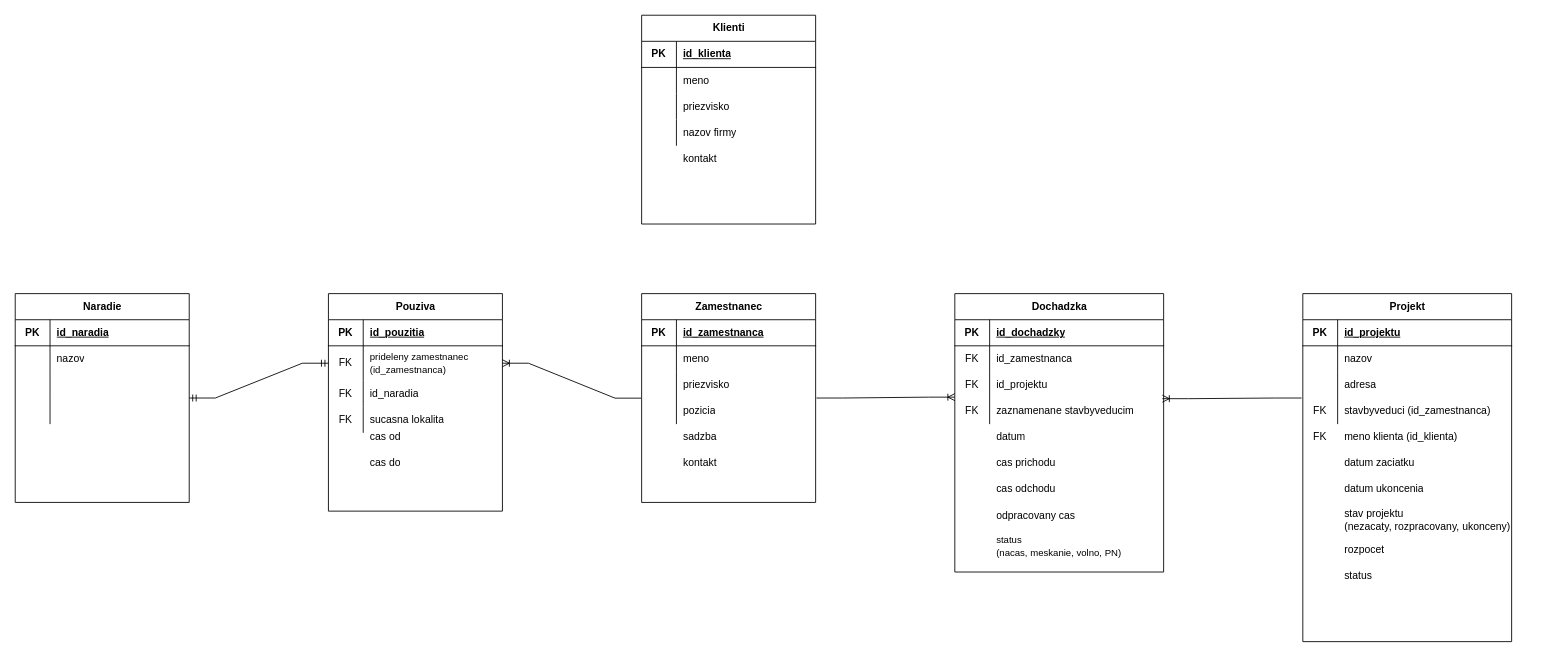
Before: Untitled Diagram.drawio in Arnicek/Amcef-testovacie-zadanie, a draw.io diagram. Source tidied: cells renumbered, new cells numbered last; positions are measured from the earlier drawing's top-left corner, leaving out a move shared by most shapes. Both pictures are drawn from the tidied source at 87%, with x=0, y=0 at pixel (15, 15).
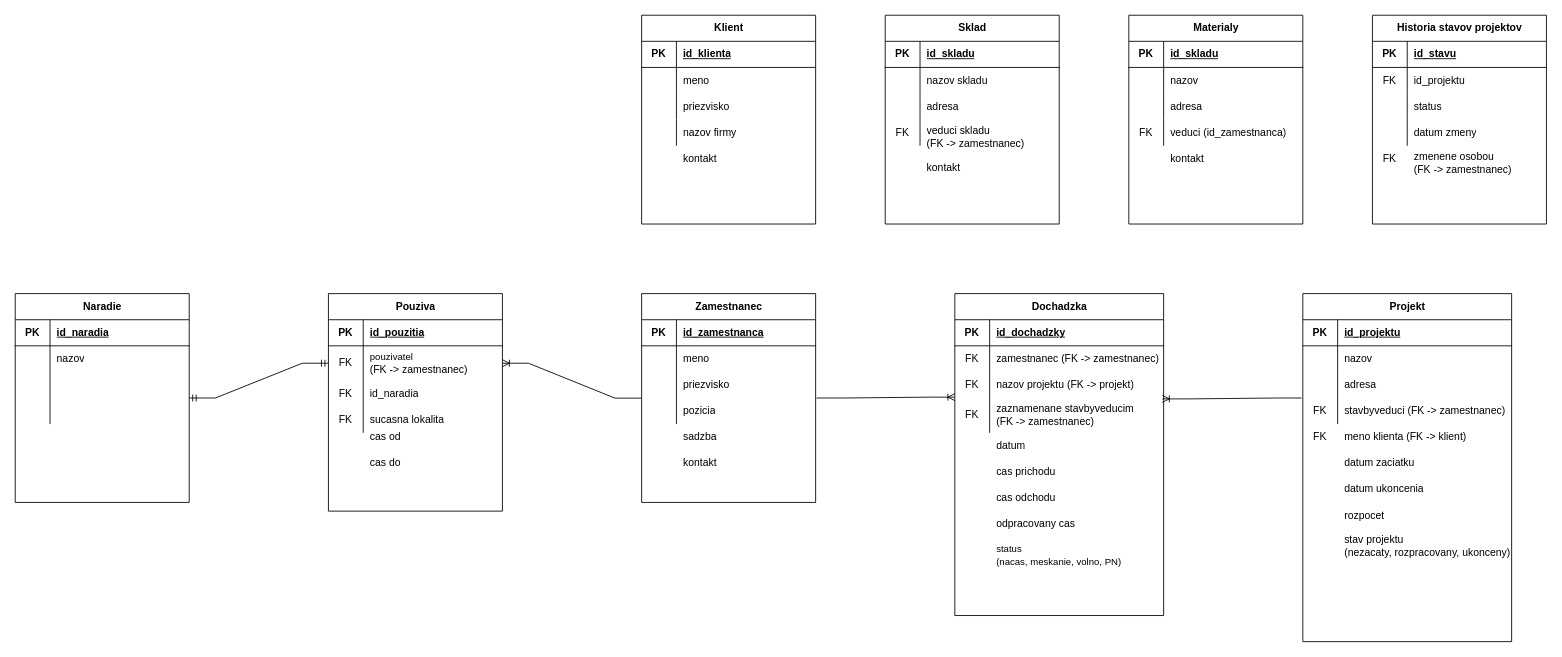
Above is the later version.

The change refers to these unchanged cells:
```xml
<mxCell id="21" style="shape=tableRow;horizontal=0;startSize=0;swimlaneHead=0;swimlaneBody=0;fillColor=none;top=0;left=0;right=0;bottom=0;" parent="17" vertex="1">
  <mxGeometry y="60" width="240" height="30" as="geometry" />
</mxCell>
<mxCell id="24" style="shape=tableRow;horizontal=0;startSize=0;swimlaneHead=0;swimlaneBody=0;fillColor=none;top=0;left=0;right=0;bottom=0;" parent="17" vertex="1">
  <mxGeometry y="90" width="240" height="30" as="geometry" />
</mxCell>
<mxCell id="44" style="shape=tableRow;horizontal=0;startSize=0;swimlaneHead=0;swimlaneBody=0;fillColor=none;points=[[0,0.5],[1,0.5]];portConstraint=eastwest;top=0;left=0;right=0;bottom=0;" parent="34" vertex="1">
  <mxGeometry y="120" width="240" height="30" as="geometry" />
</mxCell>
<mxCell id="58" style="shape=tableRow;horizontal=0;startSize=0;swimlaneHead=0;swimlaneBody=0;fillColor=none;points=[[0,0.5],[1,0.5]];portConstraint=eastwest;top=0;left=0;right=0;bottom=0;" parent="54" vertex="1">
  <mxGeometry y="60" width="200" height="40" as="geometry" />
</mxCell>
```

Change to the diagram source:
```diff
@@
     <mxCell id="17" value="Dochadzka" style="shape=table;startSize=30;childLayout=tableLayout;rowLines=0;fontStyle=1;align=center;html=1;" parent="1" vertex="1">
-      <mxGeometry x="1080" y="320" width="240" height="320" as="geometry" />
+      <mxGeometry x="1080" y="320" width="240" height="370" as="geometry" />
     </mxCell>
@@
-    <mxCell id="23" value="id_zamestnanca" style="shape=partialRectangle;fillColor=none;top=0;left=0;bottom=0;right=0;align=left;spacingLeft=6;overflow=hidden;whiteSpace=wrap;html=1;" parent="21" vertex="1">
+    <mxCell id="23" value="zamestnanec (FK -&amp;gt; zamestnanec)" style="shape=partialRectangle;fillColor=none;top=0;left=0;bottom=0;right=0;align=left;spacingLeft=6;overflow=hidden;whiteSpace=wrap;html=1;" parent="21" vertex="1">
       <mxGeometry x="40" width="200" height="30" as="geometry" />
     </mxCell>
@@
-    <mxCell id="26" value="id_projektu" style="shape=partialRectangle;fillColor=none;top=0;left=0;bottom=0;right=0;align=left;spacingLeft=6;overflow=hidden;whiteSpace=wrap;html=1;" parent="24" vertex="1">
+    <mxCell id="26" value="nazov projektu (FK -&amp;gt; projekt)" style="shape=partialRectangle;fillColor=none;top=0;left=0;bottom=0;right=0;align=left;spacingLeft=6;overflow=hidden;whiteSpace=wrap;html=1;" parent="24" vertex="1">
       <mxGeometry x="40" width="200" height="30" as="geometry" />
     </mxCell>
     <mxCell id="27" style="shape=tableRow;horizontal=0;startSize=0;swimlaneHead=0;swimlaneBody=0;fillColor=none;points=[[0,0.5],[1,0.5]];portConstraint=eastwest;top=0;left=0;right=0;bottom=0;" parent="17" vertex="1">
-      <mxGeometry y="120" width="240" height="30" as="geometry" />
+      <mxGeometry y="120" width="240" height="40" as="geometry" />
     </mxCell>
     <mxCell id="28" value="FK" style="shape=partialRectangle;fillColor=none;top=0;left=0;bottom=0;right=0;overflow=hidden;whiteSpace=wrap;html=1;" parent="27" vertex="1">
-      <mxGeometry width="40" height="30" as="geometry" />
+      <mxGeometry width="40" height="40" as="geometry" />
     </mxCell>
-    <mxCell id="29" value="zaznamenane stavbyveducim" style="shape=partialRectangle;fillColor=none;top=0;left=0;bottom=0;right=0;align=left;spacingLeft=6;overflow=hidden;whiteSpace=wrap;html=1;" parent="27" vertex="1">
-      <mxGeometry x="40" width="200" height="30" as="geometry" />
+    <mxCell id="29" value="zaznamenane stavbyveducim&lt;div&gt;(FK -&amp;gt; zamestnanec)&lt;/div&gt;" style="shape=partialRectangle;fillColor=none;top=0;left=0;bottom=0;right=0;align=left;spacingLeft=6;overflow=hidden;whiteSpace=wrap;html=1;" parent="27" vertex="1">
+      <mxGeometry x="40" width="200" height="40" as="geometry" />
     </mxCell>
     <mxCell id="30" value="cas prichodu" style="shape=partialRectangle;fillColor=none;top=0;left=0;bottom=0;right=0;align=left;spacingLeft=6;overflow=hidden;whiteSpace=wrap;html=1;" parent="1" vertex="1">
-      <mxGeometry x="1120" y="500" width="160" height="30" as="geometry" />
+      <mxGeometry x="1120" y="510" width="200" height="30" as="geometry" />
     </mxCell>
     <mxCell id="31" value="cas odchodu" style="shape=partialRectangle;fillColor=none;top=0;left=0;bottom=0;right=0;align=left;spacingLeft=6;overflow=hidden;whiteSpace=wrap;html=1;" parent="1" vertex="1">
-      <mxGeometry x="1120" y="530" width="160" height="30" as="geometry" />
+      <mxGeometry x="1120" y="540" width="200" height="30" as="geometry" />
     </mxCell>
     <mxCell id="32" value="odpracovany cas" style="shape=partialRectangle;fillColor=none;top=0;left=0;bottom=0;right=0;align=left;spacingLeft=6;overflow=hidden;whiteSpace=wrap;html=1;" parent="1" vertex="1">
-      <mxGeometry x="1120" y="560" width="160" height="30" as="geometry" />
+      <mxGeometry x="1120" y="570" width="200" height="30" as="geometry" />
     </mxCell>
     <mxCell id="33" value="&lt;font style=&quot;font-size: 11px;&quot;&gt;status&lt;/font&gt;&lt;div&gt;&lt;font style=&quot;font-size: 11px;&quot;&gt;(nacas, meskanie, volno, PN)&lt;/font&gt;&lt;/div&gt;" style="shape=partialRectangle;fillColor=none;top=0;left=0;bottom=0;right=0;align=left;spacingLeft=6;overflow=hidden;whiteSpace=wrap;html=1;" parent="1" vertex="1">
-      <mxGeometry x="1120" y="590" width="160" height="40" as="geometry" />
+      <mxGeometry x="1120" y="600" width="200" height="40" as="geometry" />
     </mxCell>
@@
-    <mxCell id="46" value="stavbyveduci (id_zamestnanca)" style="shape=partialRectangle;fillColor=none;top=0;left=0;bottom=0;right=0;align=left;spacingLeft=6;overflow=hidden;whiteSpace=wrap;html=1;" parent="44" vertex="1">
+    <mxCell id="46" value="stavbyveduci (FK -&amp;gt; zamestnanec)" style="shape=partialRectangle;fillColor=none;top=0;left=0;bottom=0;right=0;align=left;spacingLeft=6;overflow=hidden;whiteSpace=wrap;html=1;" parent="44" vertex="1">
       <mxGeometry x="40" width="200" height="30" as="geometry" />
     </mxCell>
@@
     <mxCell id="49" value="stav projektu&lt;div&gt;(nezacaty, rozpracovany, ukonceny)&lt;/div&gt;" style="shape=partialRectangle;fillColor=none;top=0;left=0;bottom=0;right=0;align=left;spacingLeft=6;overflow=hidden;whiteSpace=wrap;html=1;" parent="1" vertex="1">
-      <mxGeometry x="1520" y="560" width="200" height="40" as="geometry" />
+      <mxGeometry x="1520" y="590" width="200" height="40" as="geometry" />
     </mxCell>
@@
     <mxCell id="52" value="rozpocet" style="shape=partialRectangle;fillColor=none;top=0;left=0;bottom=0;right=0;align=left;spacingLeft=6;overflow=hidden;whiteSpace=wrap;html=1;" parent="1" vertex="1">
-      <mxGeometry x="1520" y="600" width="200" height="30" as="geometry" />
+      <mxGeometry x="1520" y="560" width="200" height="30" as="geometry" />
     </mxCell>
     <mxCell id="53" value="datum" style="shape=partialRectangle;fillColor=none;top=0;left=0;bottom=0;right=0;align=left;spacingLeft=6;overflow=hidden;whiteSpace=wrap;html=1;" parent="1" vertex="1">
-      <mxGeometry x="1120" y="470" width="160" height="30" as="geometry" />
+      <mxGeometry x="1120" y="480" width="200" height="30" as="geometry" />
     </mxCell>
@@
-    <mxCell id="60" value="&lt;font style=&quot;font-size: 11px;&quot;&gt;&lt;font style=&quot;&quot;&gt;prideleny zamestnanec (id_zamestnanc&lt;/font&gt;&lt;font style=&quot;&quot;&gt;a)&lt;/font&gt;&lt;/font&gt;" style="shape=partialRectangle;fillColor=none;top=0;left=0;bottom=0;right=0;align=left;spacingLeft=6;overflow=hidden;whiteSpace=wrap;html=1;" parent="58" vertex="1">
+    <mxCell id="60" value="&lt;span style=&quot;font-size: 11px;&quot;&gt;pouzivatel&amp;nbsp;&lt;br&gt;&lt;/span&gt;(FK -&amp;gt; zamestnanec)" style="shape=partialRectangle;fillColor=none;top=0;left=0;bottom=0;right=0;align=left;spacingLeft=6;overflow=hidden;whiteSpace=wrap;html=1;" parent="58" vertex="1">
       <mxGeometry x="40" width="160" height="40" as="geometry" />
     </mxCell>
@@
-    <mxCell id="84" value="meno klienta (id_klienta)" style="shape=partialRectangle;fillColor=none;top=0;left=0;bottom=0;right=0;align=left;spacingLeft=6;overflow=hidden;whiteSpace=wrap;html=1;" parent="1" vertex="1">
+    <mxCell id="84" value="meno klienta (FK -&amp;gt; klient)" style="shape=partialRectangle;fillColor=none;top=0;left=0;bottom=0;right=0;align=left;spacingLeft=6;overflow=hidden;whiteSpace=wrap;html=1;" parent="1" vertex="1">
       <mxGeometry x="1520" y="470" width="200" height="30" as="geometry" />
     </mxCell>
-    <mxCell id="85" value="Klienti" style="shape=table;startSize=30;childLayout=tableLayout;rowLines=0;fontStyle=1;align=center;html=1;" parent="1" vertex="1">
+    <mxCell id="85" value="Klient" style="shape=table;startSize=30;childLayout=tableLayout;rowLines=0;fontStyle=1;align=center;html=1;" parent="1" vertex="1">
       <mxGeometry x="720" width="200" height="240" as="geometry" />
     </mxCell>
@@
+    <mxCell id="101" value="Sklad" style="shape=table;startSize=30;childLayout=tableLayout;rowLines=0;fontStyle=1;align=center;html=1;" parent="1" vertex="1">
+      <mxGeometry x="1000" width="200" height="240" as="geometry" />
+    </mxCell>
+    <mxCell id="102" style="shape=tableRow;horizontal=0;startSize=0;swimlaneHead=0;swimlaneBody=0;fillColor=none;top=0;left=0;right=0;bottom=1;" parent="101" vertex="1">
+      <mxGeometry y="30" width="200" height="30" as="geometry" />
+    </mxCell>
+    <mxCell id="103" value="PK" style="shape=partialRectangle;fillColor=none;top=0;left=0;bottom=0;right=0;fontStyle=1;overflow=hidden;whiteSpace=wrap;html=1;" parent="102" vertex="1">
+      <mxGeometry width="40" height="30" as="geometry" />
+    </mxCell>
+    <mxCell id="104" value="id_skladu" style="shape=partialRectangle;fillColor=none;top=0;left=0;bottom=0;right=0;align=left;spacingLeft=6;fontStyle=5;overflow=hidden;whiteSpace=wrap;html=1;" parent="102" vertex="1">
+      <mxGeometry x="40" width="160" height="30" as="geometry" />
+    </mxCell>
+    <mxCell id="105" style="shape=tableRow;horizontal=0;startSize=0;swimlaneHead=0;swimlaneBody=0;fillColor=none;top=0;left=0;right=0;bottom=0;" parent="101" vertex="1">
+      <mxGeometry y="60" width="200" height="30" as="geometry" />
+    </mxCell>
+    <mxCell id="106" style="shape=partialRectangle;fillColor=none;top=0;left=0;bottom=0;right=0;overflow=hidden;whiteSpace=wrap;html=1;" parent="105" vertex="1">
+      <mxGeometry width="40" height="30" as="geometry" />
+    </mxCell>
+    <mxCell id="107" value="nazov skladu" style="shape=partialRectangle;fillColor=none;top=0;left=0;bottom=0;right=0;align=left;spacingLeft=6;overflow=hidden;whiteSpace=wrap;html=1;" parent="105" vertex="1">
+      <mxGeometry x="40" width="160" height="30" as="geometry" />
+    </mxCell>
+    <mxCell id="108" style="shape=tableRow;horizontal=0;startSize=0;swimlaneHead=0;swimlaneBody=0;fillColor=none;top=0;left=0;right=0;bottom=0;" parent="101" vertex="1">
+      <mxGeometry y="90" width="200" height="30" as="geometry" />
+    </mxCell>
+    <mxCell id="109" style="shape=partialRectangle;fillColor=none;top=0;left=0;bottom=0;right=0;overflow=hidden;whiteSpace=wrap;html=1;" parent="108" vertex="1">
+      <mxGeometry width="40" height="30" as="geometry" />
+    </mxCell>
+    <mxCell id="110" value="adresa" style="shape=partialRectangle;fillColor=none;top=0;left=0;bottom=0;right=0;align=left;spacingLeft=6;overflow=hidden;whiteSpace=wrap;html=1;" parent="108" vertex="1">
+      <mxGeometry x="40" width="160" height="30" as="geometry" />
+    </mxCell>
+    <mxCell id="111" style="shape=tableRow;horizontal=0;startSize=0;swimlaneHead=0;swimlaneBody=0;fillColor=none;top=0;left=0;right=0;bottom=0;" parent="101" vertex="1">
+      <mxGeometry y="120" width="200" height="30" as="geometry" />
+    </mxCell>
+    <mxCell id="112" style="shape=partialRectangle;fillColor=none;top=0;left=0;bottom=0;right=0;overflow=hidden;whiteSpace=wrap;html=1;" parent="111" vertex="1">
+      <mxGeometry width="40" height="30" as="geometry" />
+    </mxCell>
+    <mxCell id="113" style="shape=partialRectangle;fillColor=none;top=0;left=0;bottom=0;right=0;align=left;spacingLeft=6;overflow=hidden;whiteSpace=wrap;html=1;" parent="111" vertex="1">
+      <mxGeometry x="40" width="160" height="30" as="geometry" />
+    </mxCell>
+    <mxCell id="114" value="kontakt" style="shape=partialRectangle;fillColor=none;top=0;left=0;bottom=0;right=0;align=left;spacingLeft=6;overflow=hidden;whiteSpace=wrap;html=1;" parent="1" vertex="1">
+      <mxGeometry x="1040" y="160" width="160" height="30" as="geometry" />
+    </mxCell>
+    <mxCell id="115" value="FK" style="shape=partialRectangle;fillColor=none;top=0;left=0;bottom=0;right=0;overflow=hidden;whiteSpace=wrap;html=1;" parent="1" vertex="1">
+      <mxGeometry x="1000" y="120" width="40" height="30" as="geometry" />
+    </mxCell>
+    <mxCell id="116" value="veduci skladu&lt;br&gt;(FK -&amp;gt; zamestnanec)" style="shape=partialRectangle;fillColor=none;top=0;left=0;bottom=0;right=0;align=left;spacingLeft=6;overflow=hidden;whiteSpace=wrap;html=1;" parent="1" vertex="1">
+      <mxGeometry x="1040" y="120" width="160" height="40" as="geometry" />
+    </mxCell>
+    <mxCell id="117" value="Materialy" style="shape=table;startSize=30;childLayout=tableLayout;rowLines=0;fontStyle=1;align=center;html=1;" parent="1" vertex="1">
+      <mxGeometry x="1280" width="200" height="240" as="geometry" />
+    </mxCell>
+    <mxCell id="118" style="shape=tableRow;horizontal=0;startSize=0;swimlaneHead=0;swimlaneBody=0;fillColor=none;top=0;left=0;right=0;bottom=1;" parent="117" vertex="1">
+      <mxGeometry y="30" width="200" height="30" as="geometry" />
+    </mxCell>
+    <mxCell id="119" value="PK" style="shape=partialRectangle;fillColor=none;top=0;left=0;bottom=0;right=0;fontStyle=1;overflow=hidden;whiteSpace=wrap;html=1;" parent="118" vertex="1">
+      <mxGeometry width="40" height="30" as="geometry" />
+    </mxCell>
+    <mxCell id="120" value="id_skladu" style="shape=partialRectangle;fillColor=none;top=0;left=0;bottom=0;right=0;align=left;spacingLeft=6;fontStyle=5;overflow=hidden;whiteSpace=wrap;html=1;" parent="118" vertex="1">
+      <mxGeometry x="40" width="160" height="30" as="geometry" />
+    </mxCell>
+    <mxCell id="121" style="shape=tableRow;horizontal=0;startSize=0;swimlaneHead=0;swimlaneBody=0;fillColor=none;top=0;left=0;right=0;bottom=0;" parent="117" vertex="1">
+      <mxGeometry y="60" width="200" height="30" as="geometry" />
+    </mxCell>
+    <mxCell id="122" style="shape=partialRectangle;fillColor=none;top=0;left=0;bottom=0;right=0;overflow=hidden;whiteSpace=wrap;html=1;" parent="121" vertex="1">
+      <mxGeometry width="40" height="30" as="geometry" />
+    </mxCell>
+    <mxCell id="123" value="nazov" style="shape=partialRectangle;fillColor=none;top=0;left=0;bottom=0;right=0;align=left;spacingLeft=6;overflow=hidden;whiteSpace=wrap;html=1;" parent="121" vertex="1">
+      <mxGeometry x="40" width="160" height="30" as="geometry" />
+    </mxCell>
+    <mxCell id="124" style="shape=tableRow;horizontal=0;startSize=0;swimlaneHead=0;swimlaneBody=0;fillColor=none;top=0;left=0;right=0;bottom=0;" parent="117" vertex="1">
+      <mxGeometry y="90" width="200" height="30" as="geometry" />
+    </mxCell>
+    <mxCell id="125" style="shape=partialRectangle;fillColor=none;top=0;left=0;bottom=0;right=0;overflow=hidden;whiteSpace=wrap;html=1;" parent="124" vertex="1">
+      <mxGeometry width="40" height="30" as="geometry" />
+    </mxCell>
+    <mxCell id="126" value="adresa" style="shape=partialRectangle;fillColor=none;top=0;left=0;bottom=0;right=0;align=left;spacingLeft=6;overflow=hidden;whiteSpace=wrap;html=1;" parent="124" vertex="1">
+      <mxGeometry x="40" width="160" height="30" as="geometry" />
+    </mxCell>
+    <mxCell id="127" style="shape=tableRow;horizontal=0;startSize=0;swimlaneHead=0;swimlaneBody=0;fillColor=none;top=0;left=0;right=0;bottom=0;" parent="117" vertex="1">
+      <mxGeometry y="120" width="200" height="30" as="geometry" />
+    </mxCell>
+    <mxCell id="128" style="shape=partialRectangle;fillColor=none;top=0;left=0;bottom=0;right=0;overflow=hidden;whiteSpace=wrap;html=1;" parent="127" vertex="1">
+      <mxGeometry width="40" height="30" as="geometry" />
+    </mxCell>
+    <mxCell id="129" style="shape=partialRectangle;fillColor=none;top=0;left=0;bottom=0;right=0;align=left;spacingLeft=6;overflow=hidden;whiteSpace=wrap;html=1;" parent="127" vertex="1">
+      <mxGeometry x="40" width="160" height="30" as="geometry" />
+    </mxCell>
+    <mxCell id="130" value="kontakt" style="shape=partialRectangle;fillColor=none;top=0;left=0;bottom=0;right=0;align=left;spacingLeft=6;overflow=hidden;whiteSpace=wrap;html=1;" parent="1" vertex="1">
+      <mxGeometry x="1320" y="150" width="160" height="30" as="geometry" />
+    </mxCell>
+    <mxCell id="131" value="FK" style="shape=partialRectangle;fillColor=none;top=0;left=0;bottom=0;right=0;overflow=hidden;whiteSpace=wrap;html=1;" parent="1" vertex="1">
+      <mxGeometry x="1280" y="120" width="40" height="30" as="geometry" />
+    </mxCell>
+    <mxCell id="132" value="veduci (id_zamestnanca)" style="shape=partialRectangle;fillColor=none;top=0;left=0;bottom=0;right=0;align=left;spacingLeft=6;overflow=hidden;whiteSpace=wrap;html=1;" parent="1" vertex="1">
+      <mxGeometry x="1320" y="120" width="160" height="30" as="geometry" />
+    </mxCell>
+    <mxCell id="133" value="Historia stavov projektov" style="shape=table;startSize=30;childLayout=tableLayout;rowLines=0;fontStyle=1;align=center;html=1;" parent="1" vertex="1">
+      <mxGeometry x="1560" width="200" height="240" as="geometry" />
+    </mxCell>
+    <mxCell id="134" style="shape=tableRow;horizontal=0;startSize=0;swimlaneHead=0;swimlaneBody=0;fillColor=none;top=0;left=0;right=0;bottom=1;" parent="133" vertex="1">
+      <mxGeometry y="30" width="200" height="30" as="geometry" />
+    </mxCell>
+    <mxCell id="135" value="PK" style="shape=partialRectangle;fillColor=none;top=0;left=0;bottom=0;right=0;fontStyle=1;overflow=hidden;whiteSpace=wrap;html=1;" parent="134" vertex="1">
+      <mxGeometry width="40" height="30" as="geometry" />
+    </mxCell>
+    <mxCell id="136" value="id_stavu" style="shape=partialRectangle;fillColor=none;top=0;left=0;bottom=0;right=0;align=left;spacingLeft=6;fontStyle=5;overflow=hidden;whiteSpace=wrap;html=1;" parent="134" vertex="1">
+      <mxGeometry x="40" width="160" height="30" as="geometry" />
+    </mxCell>
+    <mxCell id="137" style="shape=tableRow;horizontal=0;startSize=0;swimlaneHead=0;swimlaneBody=0;fillColor=none;top=0;left=0;right=0;bottom=0;" parent="133" vertex="1">
+      <mxGeometry y="60" width="200" height="30" as="geometry" />
+    </mxCell>
+    <mxCell id="138" value="FK" style="shape=partialRectangle;fillColor=none;top=0;left=0;bottom=0;right=0;overflow=hidden;whiteSpace=wrap;html=1;" parent="137" vertex="1">
+      <mxGeometry width="40" height="30" as="geometry" />
+    </mxCell>
+    <mxCell id="139" value="id_projektu" style="shape=partialRectangle;fillColor=none;top=0;left=0;bottom=0;right=0;align=left;spacingLeft=6;overflow=hidden;whiteSpace=wrap;html=1;" parent="137" vertex="1">
+      <mxGeometry x="40" width="160" height="30" as="geometry" />
+    </mxCell>
+    <mxCell id="140" style="shape=tableRow;horizontal=0;startSize=0;swimlaneHead=0;swimlaneBody=0;fillColor=none;top=0;left=0;right=0;bottom=0;" parent="133" vertex="1">
+      <mxGeometry y="90" width="200" height="30" as="geometry" />
+    </mxCell>
+    <mxCell id="141" style="shape=partialRectangle;fillColor=none;top=0;left=0;bottom=0;right=0;overflow=hidden;whiteSpace=wrap;html=1;" parent="140" vertex="1">
+      <mxGeometry width="40" height="30" as="geometry" />
+    </mxCell>
-    <mxCell id="100" value="status" style="shape=partialRectangle;fillColor=none;top=0;left=0;bottom=0;right=0;align=left;spacingLeft=6;overflow=hidden;whiteSpace=wrap;html=1;" parent="1" vertex="1">
-      <mxGeometry x="1520" y="630" width="200" height="30" as="geometry" />
+    <mxCell id="100" value="status" style="shape=partialRectangle;fillColor=none;top=0;left=0;bottom=0;right=0;align=left;spacingLeft=6;overflow=hidden;whiteSpace=wrap;html=1;" parent="140" vertex="1">
+      <mxGeometry x="40" width="160" height="30" as="geometry" />
     </mxCell>
+    <mxCell id="142" style="shape=tableRow;horizontal=0;startSize=0;swimlaneHead=0;swimlaneBody=0;fillColor=none;top=0;left=0;right=0;bottom=0;" parent="133" vertex="1">
+      <mxGeometry y="120" width="200" height="30" as="geometry" />
+    </mxCell>
+    <mxCell id="143" style="shape=partialRectangle;fillColor=none;top=0;left=0;bottom=0;right=0;overflow=hidden;whiteSpace=wrap;html=1;" parent="142" vertex="1">
+      <mxGeometry width="40" height="30" as="geometry" />
+    </mxCell>
+    <mxCell id="144" style="shape=partialRectangle;fillColor=none;top=0;left=0;bottom=0;right=0;align=left;spacingLeft=6;overflow=hidden;whiteSpace=wrap;html=1;" parent="142" vertex="1">
+      <mxGeometry x="40" width="160" height="30" as="geometry" />
+    </mxCell>
+    <mxCell id="145" value="zmenene osobou&lt;br&gt;(FK -&amp;gt; zamestnanec)" style="shape=partialRectangle;fillColor=none;top=0;left=0;bottom=0;right=0;align=left;spacingLeft=6;overflow=hidden;whiteSpace=wrap;html=1;" parent="1" vertex="1">
+      <mxGeometry x="1600" y="150" width="160" height="40" as="geometry" />
+    </mxCell>
+    <mxCell id="146" value="FK" style="shape=partialRectangle;fillColor=none;top=0;left=0;bottom=0;right=0;overflow=hidden;whiteSpace=wrap;html=1;" parent="1" vertex="1">
+      <mxGeometry x="1560" y="150" width="40" height="30" as="geometry" />
+    </mxCell>
+    <mxCell id="147" value="datum zmeny" style="shape=partialRectangle;fillColor=none;top=0;left=0;bottom=0;right=0;align=left;spacingLeft=6;overflow=hidden;whiteSpace=wrap;html=1;" parent="1" vertex="1">
+      <mxGeometry x="1600" y="120" width="160" height="30" as="geometry" />
+    </mxCell>
```
